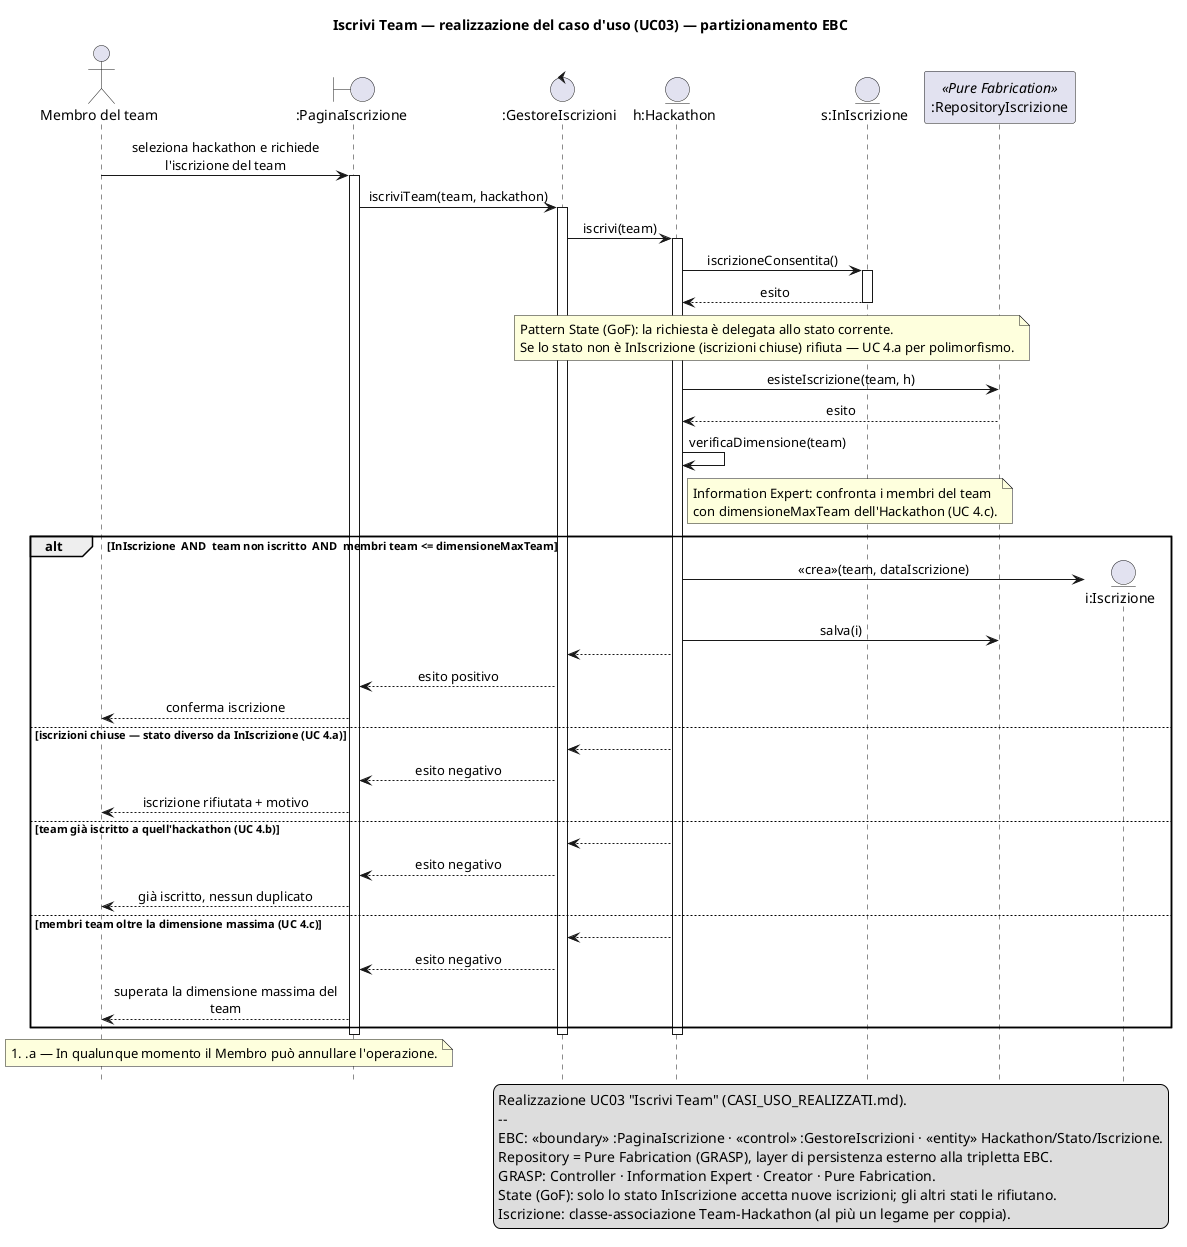
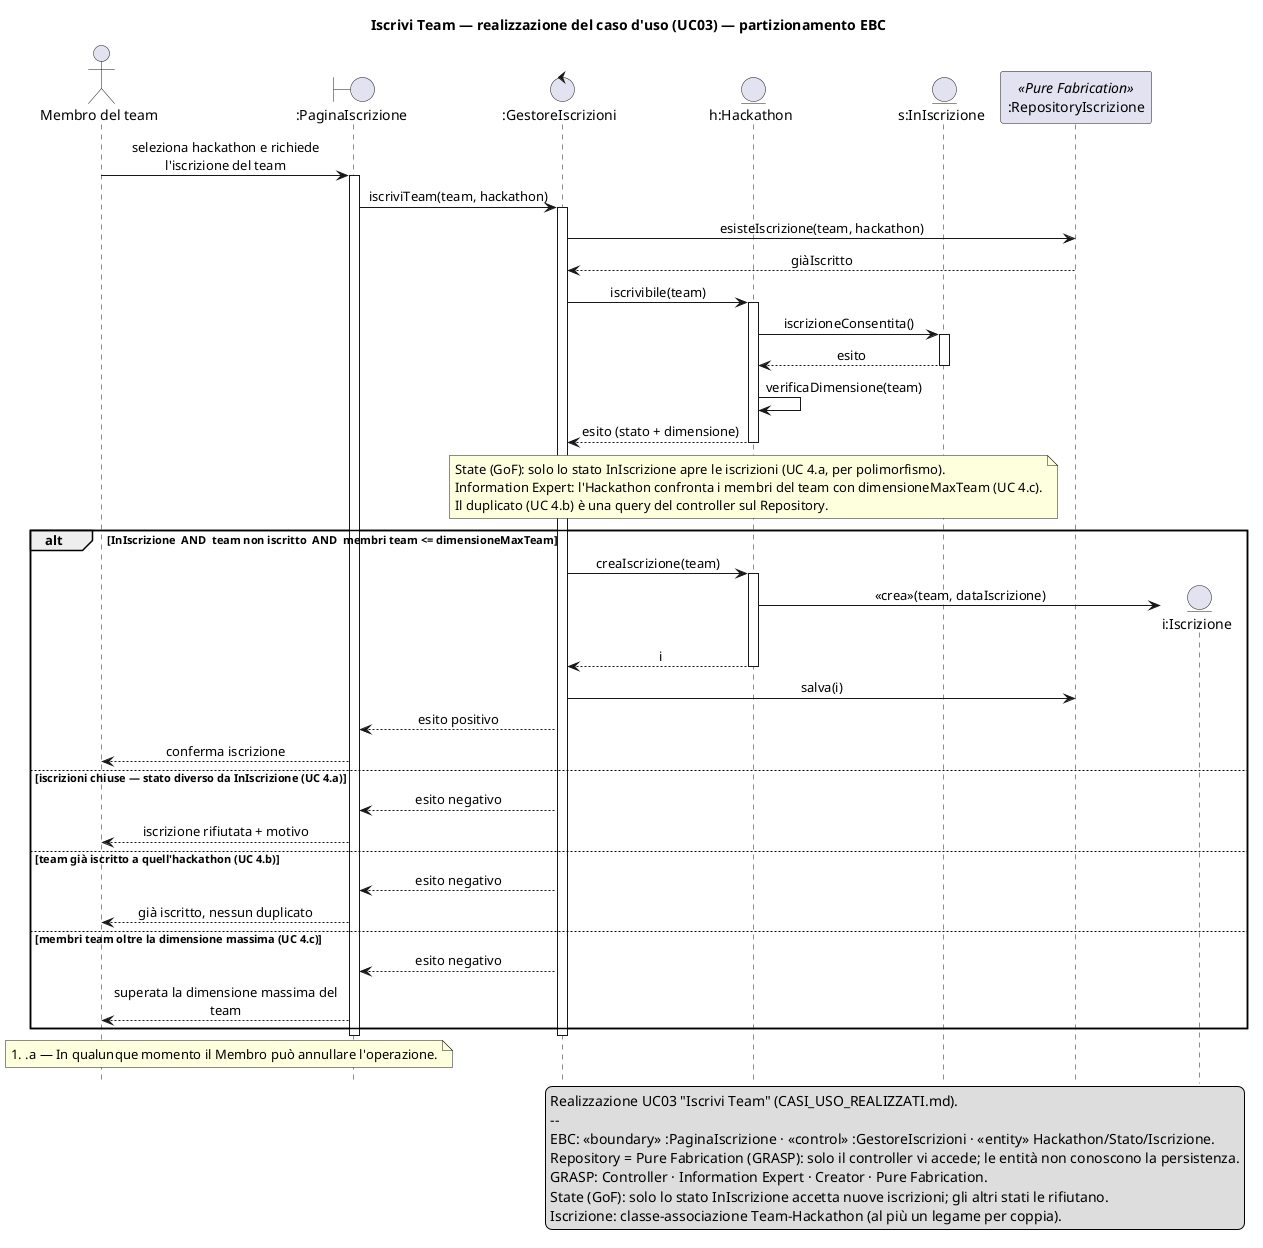
@startuml SEQ_IscriviTeam
' DIAGRAMMA DI SEQUENZA - Realizzazione "Iscrivi Team" (1a iterazione HackHub, UC03).
' Notazione: UML_05_Interazioni (linee di vita, focus, messaggi sincroni/ritorno/«crea», frammenti alt/opt/loop).
' Stile UML_05 slide 2: niente tipi dei parametri. Coerente con CLASSI_ANALISI_REALIZZATI.puml e CASI_USO_REALIZZATI.md.
' Partizionamento EBC: boundary = pagina UI, control = GestoreIscrizioni, entity = Hackathon/Stato/Iscrizione.
- ' GRASP: Controller, Information Expert (Hackathon conosce stato e dimensioneMaxTeam), Creator (Hackathon crea l'Iscrizione),
- '        Pure Fabrication (RepositoryIscrizione: persistenza, complementare all'EBC).
+ ' GRASP: Controller (orchestra e parla con il Repository), Information Expert (Hackathon: stato e dimensioneMaxTeam),
+ '        Creator (Hackathon crea l'Iscrizione), Pure Fabrication (RepositoryIscrizione: persistenza, fuori dalla tripletta EBC).
+ ' Le entità NON accedono al Repository: la persistenza è orchestrata dal controller (coerente con Information Expert slide 7).
' Pattern State (GoF): l'apertura delle iscrizioni è decisa dallo stato corrente dell'Hackathon.
hide footbox
skinparam shadowing false
skinparam sequenceMessageAlign center
skinparam maxMessageSize 250

title Iscrivi Team — realizzazione del caso d'uso (UC03) — partizionamento EBC

actor "Membro del team" as Mem
boundary ":PaginaIscrizione" as B
control ":GestoreIscrizioni" as GI
entity "h:Hackathon" as H
entity "s:InIscrizione" as S
participant ":RepositoryIscrizione" as RI <<Pure Fabrication>>

Mem -> B : seleziona hackathon e richiede l'iscrizione del team
activate B
B -> GI : iscriviTeam(team, hackathon)
activate GI
- GI -> H : iscrivi(team)
+ 
+ GI -> RI : esisteIscrizione(team, hackathon)
+ RI --> GI : giàIscritto
+ GI -> H : iscrivibile(team)
activate H
- 
H -> S : iscrizioneConsentita()
activate S
S --> H : esito
deactivate S
- note over H, S
-   Pattern State (GoF): la richiesta è delegata allo stato corrente.
-   Se lo stato non è InIscrizione (iscrizioni chiuse) rifiuta — UC 4.a per polimorfismo.
+ H -> H : verificaDimensione(team)
+ H --> GI : esito (stato + dimensione)
+ deactivate H
+ note over GI, S
+   State (GoF): solo lo stato InIscrizione apre le iscrizioni (UC 4.a, per polimorfismo).
+   Information Expert: l'Hackathon confronta i membri del team con dimensioneMaxTeam (UC 4.c).
+   Il duplicato (UC 4.b) è una query del controller sul Repository.
end note

- H -> RI : esisteIscrizione(team, h)
- RI --> H : esito
- H -> H : verificaDimensione(team)
- note right of H : Information Expert: confronta i membri del team\ncon dimensioneMaxTeam dell'Hackathon (UC 4.c).
- 
alt InIscrizione  AND  team non iscritto  AND  membri team <= dimensioneMaxTeam
+     GI -> H : creaIscrizione(team)
+     activate H
    create entity "i:Iscrizione" as I
    H -> I : «crea»(team, dataIscrizione)
-     H -> RI : salva(i)
-     H --> GI
+     H --> GI : i
+     deactivate H
+     GI -> RI : salva(i)
    GI --> B : esito positivo
    B --> Mem : conferma iscrizione
else iscrizioni chiuse — stato diverso da InIscrizione (UC 4.a)
-     H --> GI
    GI --> B : esito negativo
    B --> Mem : iscrizione rifiutata + motivo
else team già iscritto a quell'hackathon (UC 4.b)
-     H --> GI
    GI --> B : esito negativo
    B --> Mem : già iscritto, nessun duplicato
else membri team oltre la dimensione massima (UC 4.c)
-     H --> GI
    GI --> B : esito negativo
    B --> Mem : superata la dimensione massima del team
end
- deactivate H
deactivate GI
deactivate B

note over Mem, B
  #.a — In qualunque momento il Membro può annullare l'operazione.
end note

legend right
  Realizzazione UC03 "Iscrivi Team" (CASI_USO_REALIZZATI.md).
  --
  EBC: «boundary» :PaginaIscrizione · «control» :GestoreIscrizioni · «entity» Hackathon/Stato/Iscrizione.
-   Repository = Pure Fabrication (GRASP), layer di persistenza esterno alla tripletta EBC.
+   Repository = Pure Fabrication (GRASP): solo il controller vi accede; le entità non conoscono la persistenza.
  GRASP: Controller · Information Expert · Creator · Pure Fabrication.
  State (GoF): solo lo stato InIscrizione accetta nuove iscrizioni; gli altri stati le rifiutano.
  Iscrizione: classe-associazione Team–Hackathon (al più un legame per coppia).
endlegend
@enduml
